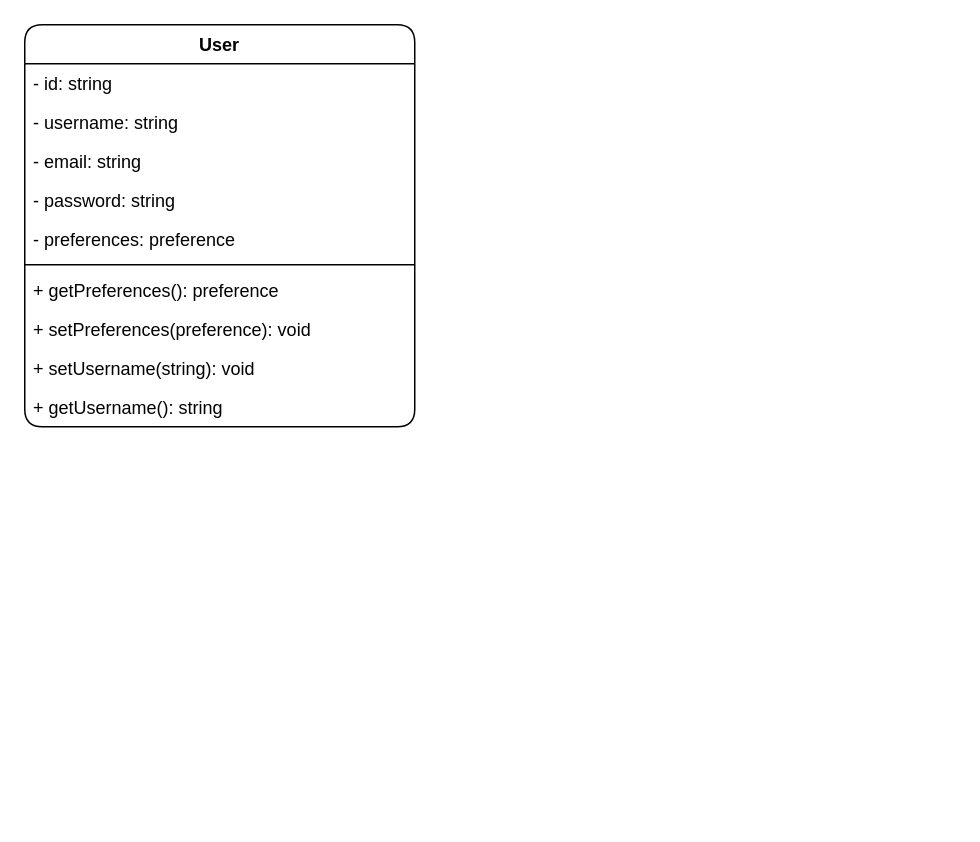
This is diagrams/class diagrams/estate-match-class-diagram.drawio from COS301-SE-2023/EstateMatch, a draw.io file, before an edit. Source tidied: cells renumbered, new cells numbered last; positions are measured from the earlier drawing's top-left corner, leaving out a move shared by most shapes. Both pictures are drawn from the tidied source at 150%, with x=0, y=0 at pixel (24, 24).
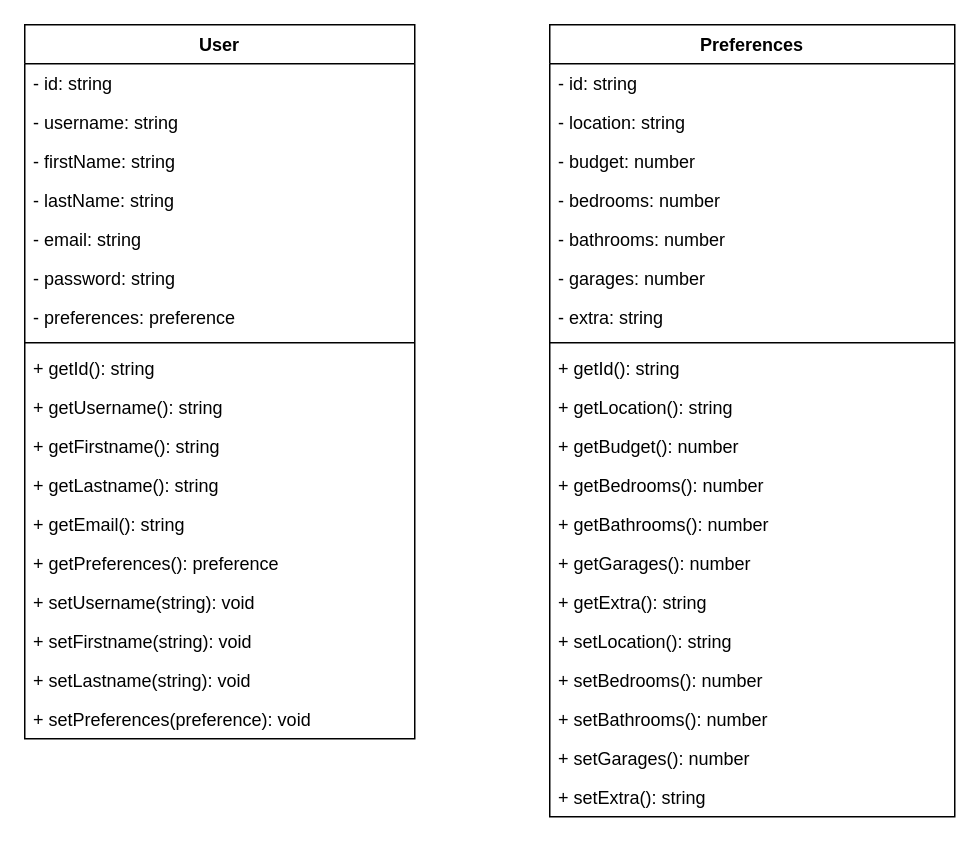
After the change.

Commit message:
🚧 (diagrams) Added Preference class

The edit, as a diff of the source:
```diff
@@
-    <mxCell id="2" value="User" style="swimlane;fontStyle=1;align=center;verticalAlign=top;horizontal=1;startSize=26;rounded=1;glass=0;labelBackgroundColor=none;labelBorderColor=none;sketch=0;" parent="1" vertex="1">
-      <mxGeometry width="260" height="268" as="geometry" />
+    <mxCell id="2" value="User" style="swimlane;fontStyle=1;align=center;verticalAlign=top;horizontal=1;startSize=26;rounded=0;glass=0;labelBackgroundColor=none;labelBorderColor=none;sketch=0;" parent="1" vertex="1">
+      <mxGeometry width="260" height="476" as="geometry" />
     </mxCell>
@@
+    <mxCell id="13" value="- firstName: string" style="text;strokeColor=none;fillColor=none;align=left;verticalAlign=top;spacingLeft=4;spacingRight=4;overflow=hidden;rounded=1;glass=0;labelBackgroundColor=none;labelBorderColor=none;sketch=0;" parent="2" vertex="1">
+      <mxGeometry y="78" width="260" height="26" as="geometry" />
+    </mxCell>
+    <mxCell id="14" value="- lastName: string" style="text;strokeColor=none;fillColor=none;align=left;verticalAlign=top;spacingLeft=4;spacingRight=4;overflow=hidden;rounded=1;glass=0;labelBackgroundColor=none;labelBorderColor=none;sketch=0;" parent="2" vertex="1">
+      <mxGeometry y="104" width="260" height="26" as="geometry" />
+    </mxCell>
     <mxCell id="5" value="- email: string" style="text;strokeColor=none;fillColor=none;align=left;verticalAlign=top;spacingLeft=4;spacingRight=4;overflow=hidden;rounded=1;glass=0;labelBackgroundColor=none;labelBorderColor=none;sketch=0;" parent="2" vertex="1">
-      <mxGeometry y="78" width="260" height="26" as="geometry" />
+      <mxGeometry y="130" width="260" height="26" as="geometry" />
     </mxCell>
     <mxCell id="6" value="- password: string" style="text;strokeColor=none;fillColor=none;align=left;verticalAlign=top;spacingLeft=4;spacingRight=4;overflow=hidden;rounded=1;glass=0;labelBackgroundColor=none;labelBorderColor=none;sketch=0;" parent="2" vertex="1">
-      <mxGeometry y="104" width="260" height="26" as="geometry" />
+      <mxGeometry y="156" width="260" height="26" as="geometry" />
     </mxCell>
     <mxCell id="7" value="- preferences: preference" style="text;strokeColor=none;fillColor=none;align=left;verticalAlign=top;spacingLeft=4;spacingRight=4;overflow=hidden;rounded=1;glass=0;labelBackgroundColor=none;labelBorderColor=none;sketch=0;" parent="2" vertex="1">
-      <mxGeometry y="130" width="260" height="26" as="geometry" />
+      <mxGeometry y="182" width="260" height="26" as="geometry" />
     </mxCell>
     <mxCell id="8" style="line;strokeWidth=1;fillColor=none;align=left;verticalAlign=middle;spacingTop=-1;spacingLeft=3;spacingRight=3;labelPosition=right;strokeColor=inherit;rounded=1;glass=0;labelBackgroundColor=none;labelBorderColor=default;sketch=0;" parent="2" vertex="1">
-      <mxGeometry y="156" width="260" height="8" as="geometry" />
+      <mxGeometry y="208" width="260" height="8" as="geometry" />
     </mxCell>
+    <mxCell id="15" value="+ getId(): string" style="text;strokeColor=none;fillColor=none;align=left;verticalAlign=top;spacingLeft=4;spacingRight=4;overflow=hidden;rounded=1;glass=0;labelBackgroundColor=none;labelBorderColor=none;sketch=0;" parent="2" vertex="1">
+      <mxGeometry y="216" width="260" height="26" as="geometry" />
+    </mxCell>
+    <mxCell id="16" value="+ getUsername(): string" style="text;strokeColor=none;fillColor=none;align=left;verticalAlign=top;spacingLeft=4;spacingRight=4;overflow=hidden;rounded=1;glass=0;labelBackgroundColor=none;labelBorderColor=none;sketch=0;" parent="2" vertex="1">
+      <mxGeometry y="242" width="260" height="26" as="geometry" />
+    </mxCell>
+    <mxCell id="12" value="+ getFirstname(): string" style="text;strokeColor=none;fillColor=none;align=left;verticalAlign=top;spacingLeft=4;spacingRight=4;overflow=hidden;rounded=1;glass=0;labelBackgroundColor=none;labelBorderColor=none;sketch=0;" parent="2" vertex="1">
+      <mxGeometry y="268" width="260" height="26" as="geometry" />
+    </mxCell>
+    <mxCell id="17" value="+ getLastname(): string" style="text;strokeColor=none;fillColor=none;align=left;verticalAlign=top;spacingLeft=4;spacingRight=4;overflow=hidden;rounded=1;glass=0;labelBackgroundColor=none;labelBorderColor=none;sketch=0;" parent="2" vertex="1">
+      <mxGeometry y="294" width="260" height="26" as="geometry" />
+    </mxCell>
+    <mxCell id="18" value="+ getEmail(): string" style="text;strokeColor=none;fillColor=none;align=left;verticalAlign=top;spacingLeft=4;spacingRight=4;overflow=hidden;rounded=1;glass=0;labelBackgroundColor=none;labelBorderColor=none;sketch=0;" parent="2" vertex="1">
+      <mxGeometry y="320" width="260" height="26" as="geometry" />
+    </mxCell>
     <mxCell id="9" value="+ getPreferences(): preference" style="text;strokeColor=none;fillColor=none;align=left;verticalAlign=top;spacingLeft=4;spacingRight=4;overflow=hidden;rounded=1;glass=0;labelBackgroundColor=none;labelBorderColor=none;sketch=0;" parent="2" vertex="1">
-      <mxGeometry y="164" width="260" height="26" as="geometry" />
+      <mxGeometry y="346" width="260" height="26" as="geometry" />
     </mxCell>
+    <mxCell id="11" value="+ setUsername(string): void" style="text;strokeColor=none;fillColor=none;align=left;verticalAlign=top;spacingLeft=4;spacingRight=4;overflow=hidden;rounded=1;glass=0;labelBackgroundColor=none;labelBorderColor=none;sketch=0;" parent="2" vertex="1">
+      <mxGeometry y="372" width="260" height="26" as="geometry" />
+    </mxCell>
+    <mxCell id="19" value="+ setFirstname(string): void" style="text;strokeColor=none;fillColor=none;align=left;verticalAlign=top;spacingLeft=4;spacingRight=4;overflow=hidden;rounded=1;glass=0;labelBackgroundColor=none;labelBorderColor=none;sketch=0;" parent="2" vertex="1">
+      <mxGeometry y="398" width="260" height="26" as="geometry" />
+    </mxCell>
+    <mxCell id="20" value="+ setLastname(string): void" style="text;strokeColor=none;fillColor=none;align=left;verticalAlign=top;spacingLeft=4;spacingRight=4;overflow=hidden;rounded=1;glass=0;labelBackgroundColor=none;labelBorderColor=none;sketch=0;" parent="2" vertex="1">
+      <mxGeometry y="424" width="260" height="26" as="geometry" />
+    </mxCell>
     <mxCell id="10" value="+ setPreferences(preference): void" style="text;strokeColor=none;fillColor=none;align=left;verticalAlign=top;spacingLeft=4;spacingRight=4;overflow=hidden;rounded=1;glass=0;labelBackgroundColor=none;labelBorderColor=none;sketch=0;" parent="2" vertex="1">
-      <mxGeometry y="190" width="260" height="26" as="geometry" />
+      <mxGeometry y="450" width="260" height="26" as="geometry" />
     </mxCell>
-    <mxCell id="11" value="+ setUsername(string): void" style="text;strokeColor=none;fillColor=none;align=left;verticalAlign=top;spacingLeft=4;spacingRight=4;overflow=hidden;rounded=1;glass=0;labelBackgroundColor=none;labelBorderColor=none;sketch=0;" parent="2" vertex="1">
-      <mxGeometry y="216" width="260" height="26" as="geometry" />
-    </mxCell>
-    <mxCell id="12" value="+ getUsername(): string" style="text;strokeColor=none;fillColor=none;align=left;verticalAlign=top;spacingLeft=4;spacingRight=4;overflow=hidden;rounded=1;glass=0;labelBackgroundColor=none;labelBorderColor=none;sketch=0;" parent="2" vertex="1">
-      <mxGeometry y="242" width="260" height="26" as="geometry" />
-    </mxCell>
+    <mxCell id="21" value="Preferences" style="swimlane;fontStyle=1;align=center;verticalAlign=top;horizontal=1;startSize=26;rounded=0;glass=0;labelBackgroundColor=none;labelBorderColor=none;sketch=0;" parent="1" vertex="1">
+      <mxGeometry x="350" width="270" height="528" as="geometry" />
+    </mxCell>
+    <mxCell id="22" value="- id: string" style="text;strokeColor=none;fillColor=none;align=left;verticalAlign=top;spacingLeft=4;spacingRight=4;overflow=hidden;rounded=1;glass=0;labelBackgroundColor=none;labelBorderColor=none;sketch=0;" parent="21" vertex="1">
+      <mxGeometry y="26" width="270" height="26" as="geometry" />
+    </mxCell>
+    <mxCell id="23" value="- location: string" style="text;strokeColor=none;fillColor=none;align=left;verticalAlign=top;spacingLeft=4;spacingRight=4;overflow=hidden;rounded=1;glass=0;labelBackgroundColor=none;labelBorderColor=none;sketch=0;" parent="21" vertex="1">
+      <mxGeometry y="52" width="270" height="26" as="geometry" />
+    </mxCell>
+    <mxCell id="24" value="- budget: number" style="text;strokeColor=none;fillColor=none;align=left;verticalAlign=top;spacingLeft=4;spacingRight=4;overflow=hidden;rounded=1;glass=0;labelBackgroundColor=none;labelBorderColor=none;sketch=0;" parent="21" vertex="1">
+      <mxGeometry y="78" width="270" height="26" as="geometry" />
+    </mxCell>
+    <mxCell id="25" value="- bedrooms: number" style="text;strokeColor=none;fillColor=none;align=left;verticalAlign=top;spacingLeft=4;spacingRight=4;overflow=hidden;rounded=1;glass=0;labelBackgroundColor=none;labelBorderColor=none;sketch=0;" parent="21" vertex="1">
+      <mxGeometry y="104" width="270" height="26" as="geometry" />
+    </mxCell>
+    <mxCell id="26" value="- bathrooms: number" style="text;strokeColor=none;fillColor=none;align=left;verticalAlign=top;spacingLeft=4;spacingRight=4;overflow=hidden;rounded=1;glass=0;labelBackgroundColor=none;labelBorderColor=none;sketch=0;" parent="21" vertex="1">
+      <mxGeometry y="130" width="270" height="26" as="geometry" />
+    </mxCell>
+    <mxCell id="27" value="- garages: number" style="text;strokeColor=none;fillColor=none;align=left;verticalAlign=top;spacingLeft=4;spacingRight=4;overflow=hidden;rounded=1;glass=0;labelBackgroundColor=none;labelBorderColor=none;sketch=0;" parent="21" vertex="1">
+      <mxGeometry y="156" width="270" height="26" as="geometry" />
+    </mxCell>
+    <mxCell id="28" value="- extra: string" style="text;strokeColor=none;fillColor=none;align=left;verticalAlign=top;spacingLeft=4;spacingRight=4;overflow=hidden;rounded=1;glass=0;labelBackgroundColor=none;labelBorderColor=none;sketch=0;" parent="21" vertex="1">
+      <mxGeometry y="182" width="270" height="26" as="geometry" />
+    </mxCell>
+    <mxCell id="29" style="line;strokeWidth=1;fillColor=none;align=left;verticalAlign=middle;spacingTop=-1;spacingLeft=3;spacingRight=3;labelPosition=right;strokeColor=inherit;rounded=1;glass=0;labelBackgroundColor=none;labelBorderColor=none;sketch=0;" parent="21" vertex="1">
+      <mxGeometry y="208" width="270" height="8" as="geometry" />
+    </mxCell>
+    <mxCell id="30" value="+ getId(): string" style="text;strokeColor=none;fillColor=none;align=left;verticalAlign=top;spacingLeft=4;spacingRight=4;overflow=hidden;rounded=1;glass=0;labelBackgroundColor=none;labelBorderColor=none;sketch=0;" parent="21" vertex="1">
+      <mxGeometry y="216" width="270" height="26" as="geometry" />
+    </mxCell>
+    <mxCell id="31" value="+ getLocation(): string" style="text;strokeColor=none;fillColor=none;align=left;verticalAlign=top;spacingLeft=4;spacingRight=4;overflow=hidden;rounded=1;glass=0;labelBackgroundColor=none;labelBorderColor=none;sketch=0;" parent="21" vertex="1">
+      <mxGeometry y="242" width="270" height="26" as="geometry" />
+    </mxCell>
+    <mxCell id="32" value="+ getBudget(): number" style="text;strokeColor=none;fillColor=none;align=left;verticalAlign=top;spacingLeft=4;spacingRight=4;overflow=hidden;rounded=1;glass=0;labelBackgroundColor=none;labelBorderColor=none;sketch=0;" parent="21" vertex="1">
+      <mxGeometry y="268" width="270" height="26" as="geometry" />
+    </mxCell>
+    <mxCell id="33" value="+ getBedrooms(): number" style="text;strokeColor=none;fillColor=none;align=left;verticalAlign=top;spacingLeft=4;spacingRight=4;overflow=hidden;rounded=1;glass=0;labelBackgroundColor=none;labelBorderColor=none;sketch=0;" parent="21" vertex="1">
+      <mxGeometry y="294" width="270" height="26" as="geometry" />
+    </mxCell>
+    <mxCell id="34" value="+ getBathrooms(): number" style="text;strokeColor=none;fillColor=none;align=left;verticalAlign=top;spacingLeft=4;spacingRight=4;overflow=hidden;rounded=1;glass=0;labelBackgroundColor=none;labelBorderColor=none;sketch=0;" parent="21" vertex="1">
+      <mxGeometry y="320" width="270" height="26" as="geometry" />
+    </mxCell>
+    <mxCell id="35" value="+ getGarages(): number" style="text;strokeColor=none;fillColor=none;align=left;verticalAlign=top;spacingLeft=4;spacingRight=4;overflow=hidden;rounded=1;glass=0;labelBackgroundColor=none;labelBorderColor=none;sketch=0;" parent="21" vertex="1">
+      <mxGeometry y="346" width="270" height="26" as="geometry" />
+    </mxCell>
+    <mxCell id="36" value="+ getExtra(): string" style="text;strokeColor=none;fillColor=none;align=left;verticalAlign=top;spacingLeft=4;spacingRight=4;overflow=hidden;rounded=1;glass=0;labelBackgroundColor=none;labelBorderColor=none;sketch=0;" parent="21" vertex="1">
+      <mxGeometry y="372" width="270" height="26" as="geometry" />
+    </mxCell>
+    <mxCell id="37" value="+ setLocation(): string" style="text;strokeColor=none;fillColor=none;align=left;verticalAlign=top;spacingLeft=4;spacingRight=4;overflow=hidden;rounded=1;glass=0;labelBackgroundColor=none;labelBorderColor=none;sketch=0;" parent="21" vertex="1">
+      <mxGeometry y="398" width="270" height="26" as="geometry" />
+    </mxCell>
+    <mxCell id="38" value="+ setBedrooms(): number" style="text;strokeColor=none;fillColor=none;align=left;verticalAlign=top;spacingLeft=4;spacingRight=4;overflow=hidden;rounded=1;glass=0;labelBackgroundColor=none;labelBorderColor=none;sketch=0;" parent="21" vertex="1">
+      <mxGeometry y="424" width="270" height="26" as="geometry" />
+    </mxCell>
+    <mxCell id="39" value="+ setBathrooms(): number" style="text;strokeColor=none;fillColor=none;align=left;verticalAlign=top;spacingLeft=4;spacingRight=4;overflow=hidden;rounded=1;glass=0;labelBackgroundColor=none;labelBorderColor=none;sketch=0;" parent="21" vertex="1">
+      <mxGeometry y="450" width="270" height="26" as="geometry" />
+    </mxCell>
+    <mxCell id="40" value="+ setGarages(): number" style="text;strokeColor=none;fillColor=none;align=left;verticalAlign=top;spacingLeft=4;spacingRight=4;overflow=hidden;rounded=1;glass=0;labelBackgroundColor=none;labelBorderColor=none;sketch=0;" parent="21" vertex="1">
+      <mxGeometry y="476" width="270" height="26" as="geometry" />
+    </mxCell>
+    <mxCell id="41" value="+ setExtra(): string" style="text;strokeColor=none;fillColor=none;align=left;verticalAlign=top;spacingLeft=4;spacingRight=4;overflow=hidden;rounded=1;glass=0;labelBackgroundColor=none;labelBorderColor=none;sketch=0;" parent="21" vertex="1">
+      <mxGeometry y="502" width="270" height="26" as="geometry" />
+    </mxCell>
```
